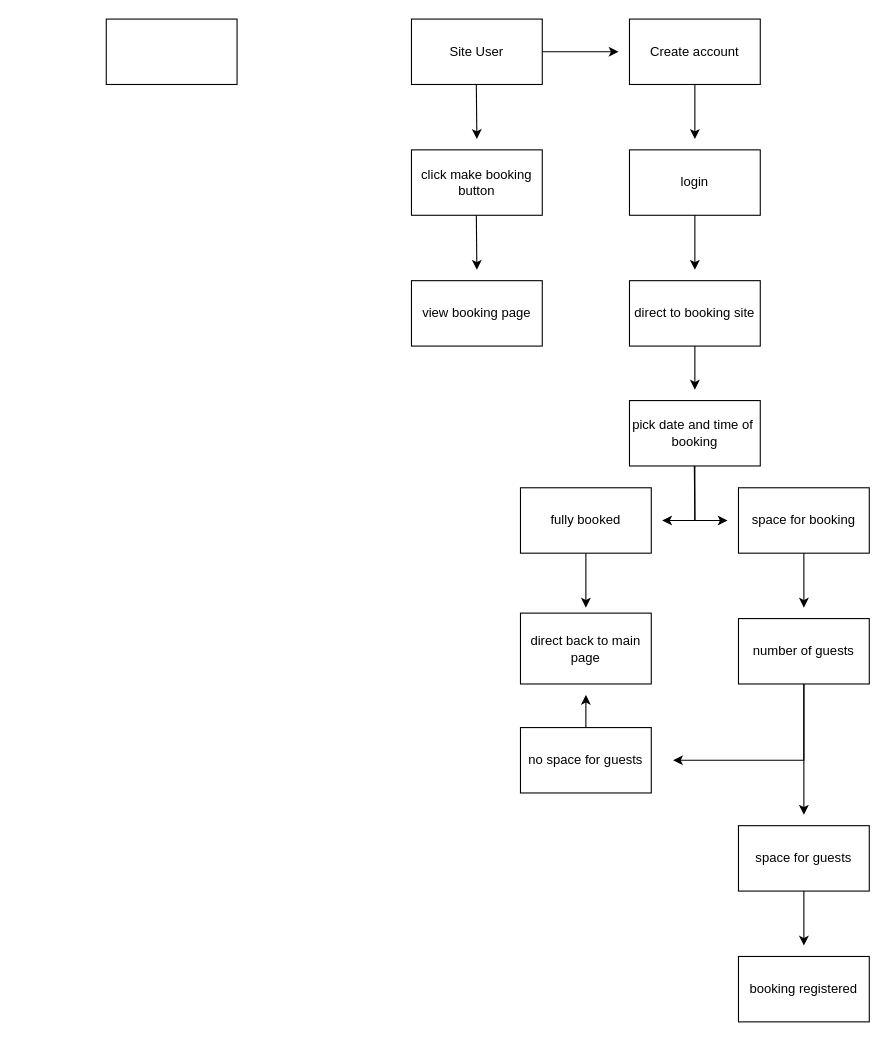
Before: assets/Untitled Diagram.drawio in Wazza1999/Project-4, a draw.io diagram. Source tidied: cells renumbered, new cells numbered last; positions are measured from the earlier drawing's top-left corner, leaving out a move shared by most shapes. Both pictures are drawn from the tidied source at 109%, with x=0, y=0 at pixel (106, 19).
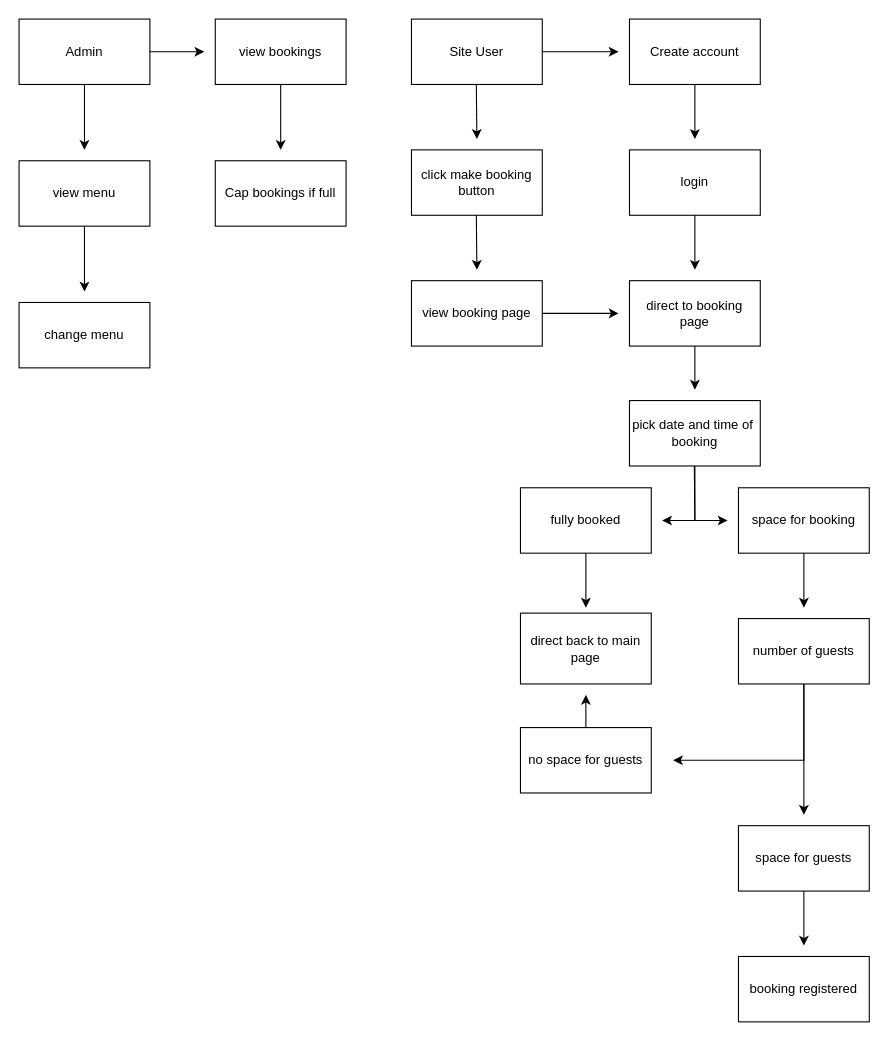
After the change.

The edit, as a diff of the source:
```diff
@@
-    <mxCell id="2" style="rounded=0;whiteSpace=wrap;html=1;" parent="1" vertex="1">
-      <mxGeometry width="120" height="60" as="geometry" />
+    <mxCell id="2" value="Admin" style="rounded=0;whiteSpace=wrap;html=1;" parent="1" vertex="1">
+      <mxGeometry x="-80" width="120" height="60" as="geometry" />
     </mxCell>
@@
-    <mxCell id="12" value="direct to booking site" style="rounded=0;whiteSpace=wrap;html=1;" parent="1" vertex="1">
+    <mxCell id="12" value="direct to booking page" style="rounded=0;whiteSpace=wrap;html=1;" parent="1" vertex="1">
       <mxGeometry x="480" y="240" width="120" height="60" as="geometry" />
     </mxCell>
@@
+    <mxCell id="31" style="endArrow=classic;html=1;rounded=0;" parent="1" edge="1">
+      <mxGeometry relative="1" as="geometry">
+        <mxPoint x="400" y="270" as="sourcePoint" />
+        <mxPoint x="470" y="270" as="targetPoint" />
+      </mxGeometry>
+    </mxCell>
+    <mxCell id="32" style="endArrow=classic;html=1;rounded=0;" parent="1" edge="1">
+      <mxGeometry relative="1" as="geometry">
+        <mxPoint x="-20" y="60" as="sourcePoint" />
+        <mxPoint x="-20" y="120" as="targetPoint" />
+      </mxGeometry>
+    </mxCell>
+    <mxCell id="33" value="view menu" style="rounded=0;whiteSpace=wrap;html=1;" parent="1" vertex="1">
+      <mxGeometry x="-80" y="130" width="120" height="60" as="geometry" />
+    </mxCell>
+    <mxCell id="34" style="endArrow=classic;html=1;rounded=0;" parent="1" edge="1">
+      <mxGeometry relative="1" as="geometry">
+        <mxPoint x="-20" y="190" as="sourcePoint" />
+        <mxPoint x="-20" y="250" as="targetPoint" />
+      </mxGeometry>
+    </mxCell>
+    <mxCell id="35" value="change menu" style="rounded=0;whiteSpace=wrap;html=1;" parent="1" vertex="1">
+      <mxGeometry x="-80" y="260" width="120" height="60" as="geometry" />
+    </mxCell>
+    <mxCell id="36" style="endArrow=classic;html=1;rounded=0;" parent="1" edge="1">
+      <mxGeometry relative="1" as="geometry">
+        <mxPoint x="40" y="30" as="sourcePoint" />
+        <mxPoint x="90" y="30" as="targetPoint" />
+      </mxGeometry>
+    </mxCell>
+    <mxCell id="37" value="view bookings" style="rounded=0;whiteSpace=wrap;html=1;" parent="1" vertex="1">
+      <mxGeometry x="100" width="120" height="60" as="geometry" />
+    </mxCell>
+    <mxCell id="38" style="endArrow=classic;html=1;rounded=0;" parent="1" edge="1">
+      <mxGeometry relative="1" as="geometry">
+        <mxPoint x="160" y="60" as="sourcePoint" />
+        <mxPoint x="160" y="120" as="targetPoint" />
+      </mxGeometry>
+    </mxCell>
+    <mxCell id="39" value="Cap bookings if full" style="rounded=0;whiteSpace=wrap;html=1;" parent="1" vertex="1">
+      <mxGeometry x="100" y="130" width="120" height="60" as="geometry" />
+    </mxCell>
```
